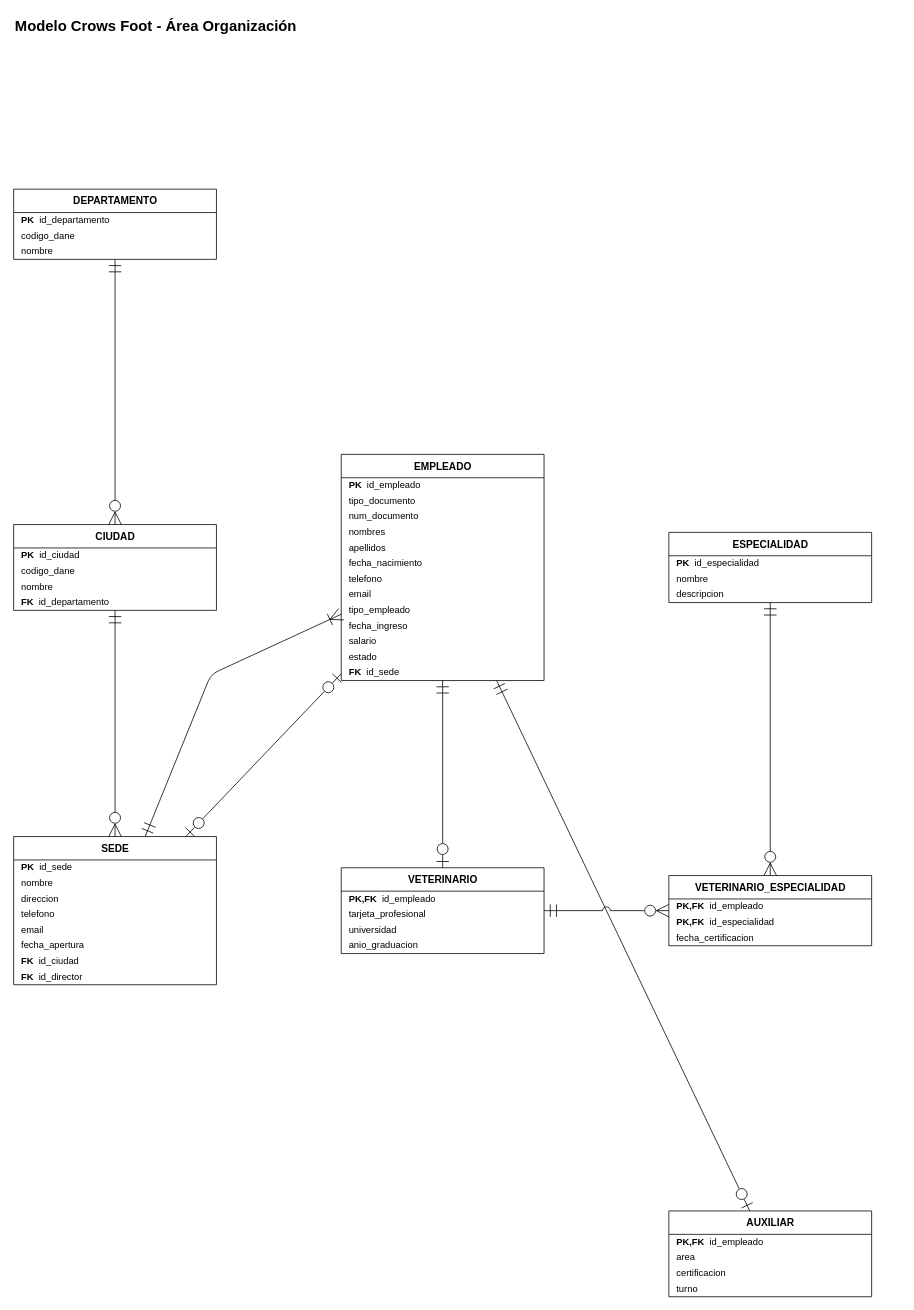
Before: documentos/fase1/diagramas_drawio/20_CrowsFoot_Organizacion.drawio in Estarlan/proyecto-bd1-sigevet, a draw.io diagram. Source tidied: cells renumbered, new cells numbered last; positions are measured from the earlier drawing's top-left corner, leaving out a move shared by most shapes. Both pictures are drawn from the tidied source at 78%, with x=0, y=0 at pixel (13, 13).
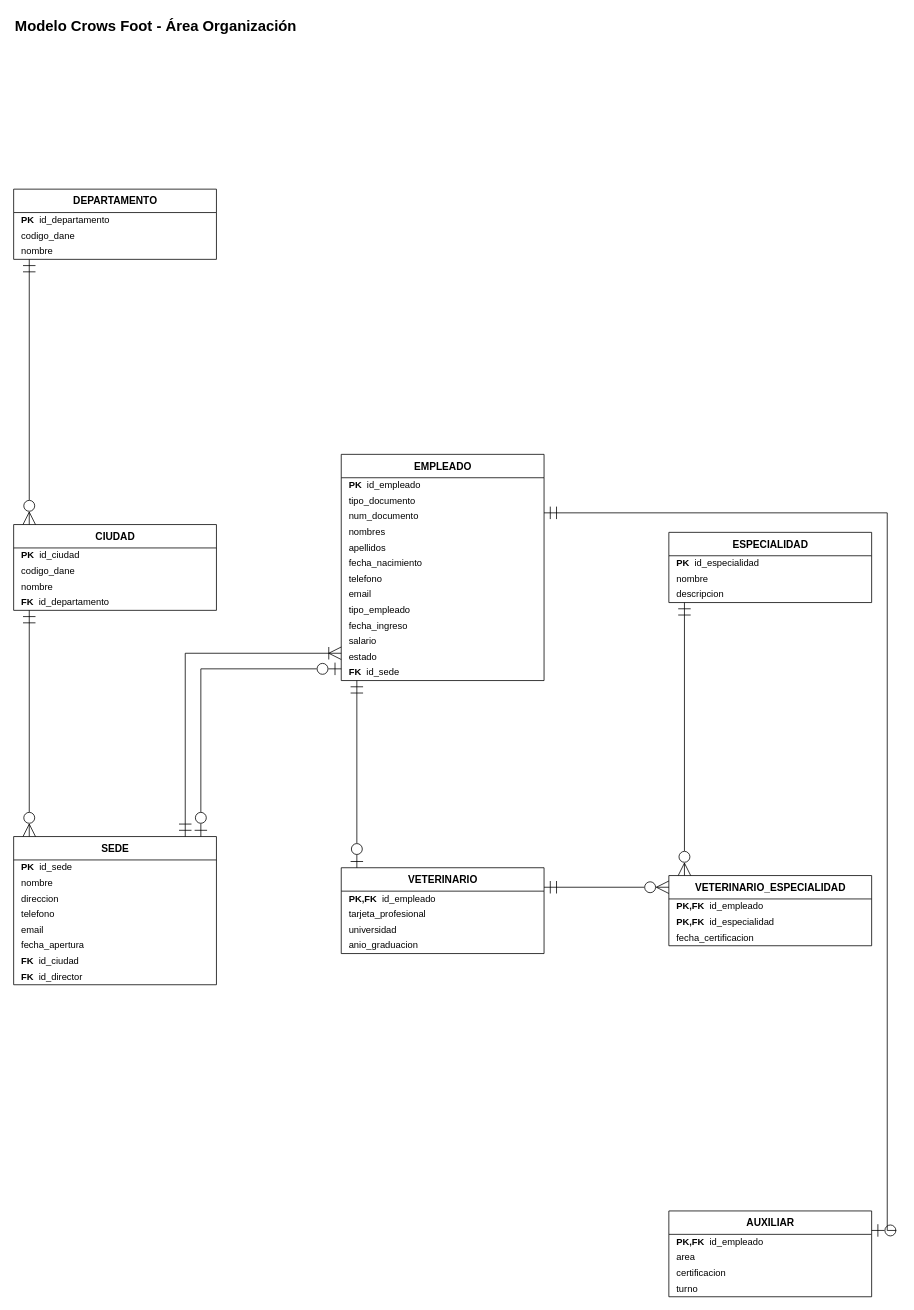
After the change.

Unchanged cells that the change refers to:
```xml
<mxCell id="3" value="DEPARTAMENTO" style="swimlane;fontStyle=1;horizontal=1;startSize=30;html=1;fillColor=none;swimlaneFillColor=none;fontSize=13;" parent="1" vertex="1">
  <mxGeometry y="225" width="260" height="90" as="geometry" />
</mxCell>
<mxCell id="7" value="CIUDAD" style="swimlane;fontStyle=1;horizontal=1;startSize=30;html=1;fillColor=none;swimlaneFillColor=none;fontSize=13;" parent="1" vertex="1">
  <mxGeometry y="655" width="260" height="110" as="geometry" />
</mxCell>
<mxCell id="12" value="SEDE" style="swimlane;fontStyle=1;horizontal=1;startSize=30;html=1;fillColor=none;swimlaneFillColor=none;fontSize=13;" parent="1" vertex="1">
  <mxGeometry y="1055" width="260" height="190" as="geometry" />
</mxCell>
<mxCell id="21" value="EMPLEADO" style="swimlane;fontStyle=1;horizontal=1;startSize=30;html=1;fillColor=none;swimlaneFillColor=none;fontSize=13;" parent="1" vertex="1">
  <mxGeometry x="420" y="565" width="260" height="290" as="geometry" />
</mxCell>
<mxCell id="35" value="VETERINARIO" style="swimlane;fontStyle=1;horizontal=1;startSize=30;html=1;fillColor=none;swimlaneFillColor=none;fontSize=13;" parent="1" vertex="1">
  <mxGeometry x="420" y="1095" width="260" height="110" as="geometry" />
</mxCell>
<mxCell id="40" value="AUXILIAR" style="swimlane;fontStyle=1;horizontal=1;startSize=30;html=1;fillColor=none;swimlaneFillColor=none;fontSize=13;" parent="1" vertex="1">
  <mxGeometry x="840" y="1535" width="260" height="110" as="geometry" />
</mxCell>
<mxCell id="45" value="ESPECIALIDAD" style="swimlane;fontStyle=1;horizontal=1;startSize=30;html=1;fillColor=none;swimlaneFillColor=none;fontSize=13;" parent="1" vertex="1">
  <mxGeometry x="840" y="665" width="260" height="90" as="geometry" />
</mxCell>
<mxCell id="49" value="VETERINARIO_ESPECIALIDAD" style="swimlane;fontStyle=1;horizontal=1;startSize=30;html=1;fillColor=none;swimlaneFillColor=none;fontSize=13;" parent="1" vertex="1">
  <mxGeometry x="840" y="1105" width="260" height="90" as="geometry" />
</mxCell>
```

Change to the diagram source:
```diff
@@
-    <mxCell id="53" style="html=1;endArrow=none;fontSize=12;labelBackgroundColor=default;startArrow=ERzeroToMany;endArrow=ERmandOne;startFill=0;endFill=0;startSize=14;endSize=14;jumpStyle=arc;jumpSize=10;" parent="1" edge="1" source="7" target="3">
-      <mxGeometry relative="1" as="geometry" />
+    <mxCell id="53" style="html=1;endArrow=none;fontSize=12;labelBackgroundColor=default;startArrow=ERzeroToMany;endArrow=ERmandOne;startFill=0;endFill=0;startSize=14;endSize=14;jumpStyle=gap;jumpSize=8;edgeStyle=none;rounded=0;exitX=0.07692308;exitY=0.00000000;exitPerimeter=0;entryX=0.07692308;entryY=1.00000000;entryPerimeter=0;" parent="1" edge="1" source="7" target="3">
+      <mxGeometry relative="1" as="geometry">
+        <Array as="points">
+          <mxPoint x="20" y="640" />
+          <mxPoint x="20" y="340" />
+        </Array>
+      </mxGeometry>
     </mxCell>
-    <mxCell id="54" style="html=1;endArrow=none;fontSize=12;labelBackgroundColor=default;startArrow=ERzeroToMany;endArrow=ERmandOne;startFill=0;endFill=0;startSize=14;endSize=14;jumpStyle=arc;jumpSize=10;" parent="1" edge="1" source="12" target="7">
-      <mxGeometry relative="1" as="geometry" />
+    <mxCell id="54" style="html=1;endArrow=none;fontSize=12;labelBackgroundColor=default;startArrow=ERzeroToMany;endArrow=ERmandOne;startFill=0;endFill=0;startSize=14;endSize=14;jumpStyle=gap;jumpSize=8;edgeStyle=none;rounded=0;exitX=0.07692308;exitY=0.00000000;exitPerimeter=0;entryX=0.07692308;entryY=1.00000000;entryPerimeter=0;" parent="1" edge="1" source="12" target="7">
+      <mxGeometry relative="1" as="geometry">
+        <Array as="points">
+          <mxPoint x="20" y="1040" />
+          <mxPoint x="20" y="780" />
+        </Array>
+      </mxGeometry>
     </mxCell>
-    <mxCell id="55" style="html=1;endArrow=none;fontSize=12;labelBackgroundColor=default;startArrow=ERzeroToOne;endArrow=ERzeroToOne;startFill=0;endFill=0;startSize=14;endSize=14;jumpStyle=arc;jumpSize=10;" parent="1" edge="1" source="12" target="21">
-      <mxGeometry relative="1" as="geometry" />
+    <mxCell id="55" style="html=1;endArrow=none;fontSize=12;labelBackgroundColor=default;startArrow=ERzeroToOne;endArrow=ERzeroToOne;startFill=0;endFill=0;startSize=14;endSize=14;jumpStyle=gap;jumpSize=8;edgeStyle=none;rounded=0;exitX=0.92307692;exitY=0.00000000;exitPerimeter=0;entryX=0.00000000;entryY=0.94827586;entryPerimeter=0;" parent="1" edge="1" source="12" target="21">
+      <mxGeometry relative="1" as="geometry">
+        <Array as="points">
+          <mxPoint x="240" y="1040" />
+          <mxPoint x="240" y="840" />
+          <mxPoint x="400" y="840" />
+        </Array>
+      </mxGeometry>
     </mxCell>
-    <mxCell id="56" style="html=1;endArrow=none;fontSize=12;labelBackgroundColor=default;startArrow=ERoneToMany;endArrow=ERmandOne;startFill=0;endFill=0;startSize=14;endSize=14;jumpStyle=arc;jumpSize=10;" parent="1" edge="1" source="21" target="12">
+    <mxCell id="56" style="html=1;endArrow=none;fontSize=12;labelBackgroundColor=default;startArrow=ERoneToMany;endArrow=ERmandOne;startFill=0;endFill=0;startSize=14;endSize=14;jumpStyle=gap;jumpSize=8;edgeStyle=none;rounded=0;exitX=0.00000000;exitY=0.87931034;exitPerimeter=0;entryX=0.84615385;entryY=0.00000000;entryPerimeter=0;" parent="1" edge="1" source="21" target="12">
       <mxGeometry relative="1" as="geometry">
         <Array as="points">
-          <mxPoint x="253" y="847" />
+          <mxPoint x="400" y="820" />
+          <mxPoint x="220" y="820" />
+          <mxPoint x="220" y="1040" />
         </Array>
       </mxGeometry>
     </mxCell>
-    <mxCell id="57" style="html=1;endArrow=none;fontSize=12;labelBackgroundColor=default;startArrow=ERzeroToOne;endArrow=ERmandOne;startFill=0;endFill=0;startSize=14;endSize=14;jumpStyle=arc;jumpSize=10;" parent="1" edge="1" source="35" target="21">
-      <mxGeometry relative="1" as="geometry" />
+    <mxCell id="57" style="html=1;endArrow=none;fontSize=12;labelBackgroundColor=default;startArrow=ERzeroToOne;endArrow=ERmandOne;startFill=0;endFill=0;startSize=14;endSize=14;jumpStyle=gap;jumpSize=8;edgeStyle=none;rounded=0;exitX=0.07692308;exitY=0.00000000;exitPerimeter=0;entryX=0.07692308;entryY=1.00000000;entryPerimeter=0;" parent="1" edge="1" source="35" target="21">
+      <mxGeometry relative="1" as="geometry">
+        <Array as="points">
+          <mxPoint x="440" y="1080" />
+          <mxPoint x="440" y="880" />
+        </Array>
+      </mxGeometry>
     </mxCell>
-    <mxCell id="58" style="html=1;endArrow=none;fontSize=12;labelBackgroundColor=default;startArrow=ERzeroToOne;endArrow=ERmandOne;startFill=0;endFill=0;startSize=14;endSize=14;jumpStyle=arc;jumpSize=10;" parent="1" edge="1" source="40" target="21">
-      <mxGeometry relative="1" as="geometry" />
+    <mxCell id="58" style="html=1;endArrow=none;fontSize=12;labelBackgroundColor=default;startArrow=ERzeroToOne;endArrow=ERmandOne;startFill=0;endFill=0;startSize=14;endSize=14;jumpStyle=gap;jumpSize=8;edgeStyle=none;rounded=0;exitX=1.00000000;exitY=0.22727273;exitPerimeter=0;entryX=1.00000000;entryY=0.25862069;entryPerimeter=0;" parent="1" edge="1" source="40" target="21">
+      <mxGeometry relative="1" as="geometry">
+        <Array as="points">
+          <mxPoint x="1120" y="1560" />
+          <mxPoint x="1120" y="640" />
+          <mxPoint x="700" y="640" />
+        </Array>
+      </mxGeometry>
     </mxCell>
-    <mxCell id="59" style="html=1;endArrow=none;fontSize=12;labelBackgroundColor=default;startArrow=ERzeroToMany;endArrow=ERmandOne;startFill=0;endFill=0;startSize=14;endSize=14;jumpStyle=arc;jumpSize=10;" parent="1" edge="1" source="49" target="35">
-      <mxGeometry relative="1" as="geometry" />
+    <mxCell id="59" style="html=1;endArrow=none;fontSize=12;labelBackgroundColor=default;startArrow=ERzeroToMany;endArrow=ERmandOne;startFill=0;endFill=0;startSize=14;endSize=14;jumpStyle=gap;jumpSize=8;edgeStyle=none;rounded=0;exitX=0.00000000;exitY=0.16666667;exitPerimeter=0;entryX=1.00000000;entryY=0.22727273;entryPerimeter=0;" parent="1" edge="1" source="49" target="35">
+      <mxGeometry relative="1" as="geometry">
+        <Array as="points">
+          <mxPoint x="820" y="1120" />
+          <mxPoint x="700" y="1120" />
+        </Array>
+      </mxGeometry>
     </mxCell>
-    <mxCell id="60" style="html=1;endArrow=none;fontSize=12;labelBackgroundColor=default;startArrow=ERzeroToMany;endArrow=ERmandOne;startFill=0;endFill=0;startSize=14;endSize=14;jumpStyle=arc;jumpSize=10;" parent="1" edge="1" source="49" target="45">
-      <mxGeometry relative="1" as="geometry" />
+    <mxCell id="60" style="html=1;endArrow=none;fontSize=12;labelBackgroundColor=default;startArrow=ERzeroToMany;endArrow=ERmandOne;startFill=0;endFill=0;startSize=14;endSize=14;jumpStyle=gap;jumpSize=8;edgeStyle=none;rounded=0;exitX=0.07692308;exitY=0.00000000;exitPerimeter=0;entryX=0.07692308;entryY=1.00000000;entryPerimeter=0;" parent="1" edge="1" source="49" target="45">
+      <mxGeometry relative="1" as="geometry">
+        <Array as="points">
+          <mxPoint x="860" y="1080" />
+          <mxPoint x="860" y="780" />
+        </Array>
+      </mxGeometry>
     </mxCell>
```
